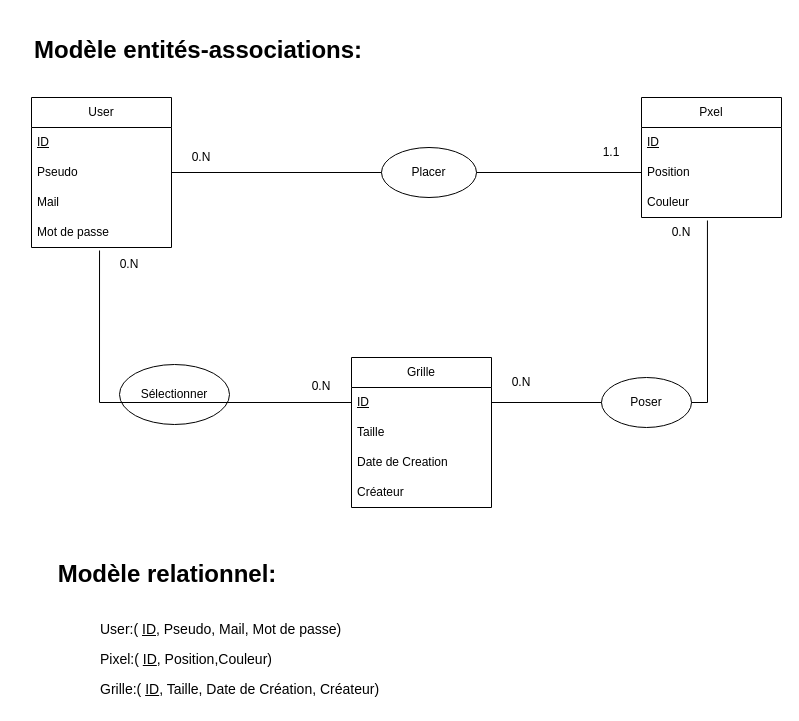
Earlier version of the draw.io diagram Model_Drawio/Modele-entite-asso.drawio (GoldenPants112/PixelWar). Source tidied: cells renumbered, new cells numbered last; positions are measured from the earlier drawing's top-left corner, leaving out a move shared by most shapes. Both pictures are drawn from the tidied source at 100%, with x=0, y=0 at pixel (17, 17).
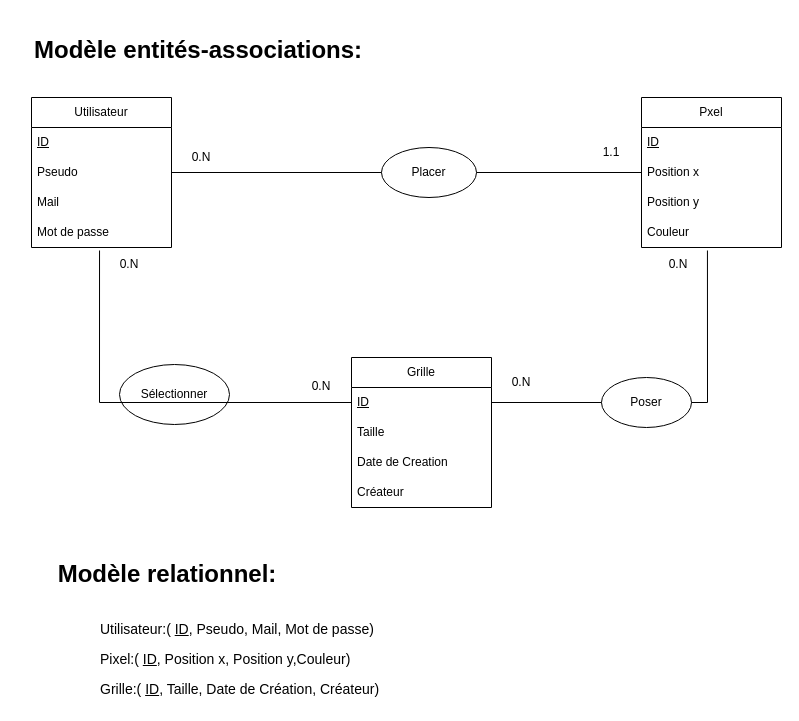
After the change.

Commit message (it also covers changes not shown here):
Correction des modèls

The change refers to these unchanged cells:
```xml
<mxCell id="18" value="Placer" style="ellipse;whiteSpace=wrap;html=1;rounded=1;align=center;verticalAlign=middle;spacingLeft=4;spacingRight=4;fontFamily=Helvetica;fontSize=12;fontColor=default;fillColor=none;gradientColor=none;" parent="1" vertex="1">
  <mxGeometry x="364" y="130" width="95" height="50" as="geometry" />
</mxCell>
```

What changed in the source:
```diff
@@
-    <mxCell id="2" value="User" style="swimlane;fontStyle=0;horizontal=1;startSize=30;whiteSpace=wrap;html=1;" parent="1" vertex="1">
+    <mxCell id="2" value="Utilisateur" style="swimlane;fontStyle=0;horizontal=1;startSize=30;whiteSpace=wrap;html=1;" parent="1" vertex="1">
       <mxGeometry x="14" y="80" width="140" height="150" as="geometry" />
     </mxCell>
@@
     <mxCell id="7" value="Pxel" style="swimlane;fontStyle=0;horizontal=1;startSize=30;whiteSpace=wrap;html=1;" parent="1" vertex="1">
-      <mxGeometry x="624" y="80" width="140" height="120" as="geometry" />
+      <mxGeometry x="624" y="80" width="140" height="150" as="geometry" />
     </mxCell>
@@
+    <mxCell id="35" value="Position x" style="rounded=0;whiteSpace=wrap;html=1;align=left;verticalAlign=middle;spacingLeft=4;spacingRight=4;fontFamily=Helvetica;fontSize=12;fontColor=default;fillColor=none;gradientColor=none;strokeColor=none;" parent="7" vertex="1">
+      <mxGeometry y="60" width="140" height="30" as="geometry" />
+    </mxCell>
-    <mxCell id="9" value="Position" style="text;strokeColor=none;fillColor=none;align=left;verticalAlign=middle;spacingLeft=4;spacingRight=4;overflow=hidden;points=[[0,0.5],[1,0.5]];portConstraint=eastwest;whiteSpace=wrap;html=1;" parent="7" vertex="1">
-      <mxGeometry y="60" width="140" height="30" as="geometry" />
+    <mxCell id="9" value="Position y" style="text;strokeColor=none;fillColor=none;align=left;verticalAlign=middle;spacingLeft=4;spacingRight=4;overflow=hidden;points=[[0,0.5],[1,0.5]];portConstraint=eastwest;whiteSpace=wrap;html=1;" parent="7" vertex="1">
+      <mxGeometry y="90" width="140" height="30" as="geometry" />
     </mxCell>
     <mxCell id="10" value="Couleur" style="text;strokeColor=none;fillColor=none;align=left;verticalAlign=middle;spacingLeft=4;spacingRight=4;overflow=hidden;points=[[0,0.5],[1,0.5]];portConstraint=eastwest;whiteSpace=wrap;html=1;" parent="7" vertex="1">
-      <mxGeometry y="90" width="140" height="30" as="geometry" />
+      <mxGeometry y="120" width="140" height="30" as="geometry" />
     </mxCell>
@@
-    <mxCell id="16" style="endArrow=none;html=1;rounded=0;fontFamily=Helvetica;fontSize=12;fontColor=default;exitX=1;exitY=0.5;exitDx=0;exitDy=0;entryX=0;entryY=0.5;entryDx=0;entryDy=0;" parent="1" edge="1" source="18" target="9">
+    <mxCell id="16" style="endArrow=none;html=1;rounded=0;fontFamily=Helvetica;fontSize=12;fontColor=default;exitX=1;exitY=0.5;exitDx=0;exitDy=0;entryX=0;entryY=0.5;entryDx=0;entryDy=0;" parent="1" edge="1" source="18" target="35">
       <mxGeometry relative="1" as="geometry" />
     </mxCell>
@@
     <mxCell id="24" value="0.N" style="text;html=1;align=center;verticalAlign=middle;whiteSpace=wrap;rounded=0;fontFamily=Helvetica;fontSize=12;fontColor=default;" parent="1" vertex="1">
-      <mxGeometry x="634" y="200" width="60" height="30" as="geometry" />
+      <mxGeometry x="631" y="232" width="60" height="30" as="geometry" />
     </mxCell>
@@
-    <mxCell id="32" value="&lt;font style=&quot;font-size: 14px;&quot;&gt;User:(&amp;nbsp;&lt;u&gt;ID&lt;/u&gt;,&amp;nbsp;&lt;span style=&quot;&quot;&gt;Pseudo&lt;/span&gt;, Mail, Mot de passe)&lt;/font&gt;" style="text;html=1;align=left;verticalAlign=middle;whiteSpace=wrap;rounded=0;fontFamily=Helvetica;fontSize=12;fontColor=default;" parent="1" vertex="1">
+    <mxCell id="32" value="&lt;font style=&quot;font-size: 14px;&quot;&gt;Utilisateur:(&amp;nbsp;&lt;u&gt;ID&lt;/u&gt;,&amp;nbsp;&lt;span style=&quot;&quot;&gt;Pseudo&lt;/span&gt;, Mail, Mot de passe)&lt;/font&gt;" style="text;html=1;align=left;verticalAlign=middle;whiteSpace=wrap;rounded=0;fontFamily=Helvetica;fontSize=12;fontColor=default;" parent="1" vertex="1">
       <mxGeometry x="81" y="597" width="349" height="30" as="geometry" />
     </mxCell>
-    <mxCell id="33" value="&lt;font style=&quot;font-size: 14px;&quot;&gt;Pixel:(&amp;nbsp;&lt;u&gt;ID&lt;/u&gt;, Position,Couleur)&lt;/font&gt;" style="text;html=1;align=left;verticalAlign=middle;whiteSpace=wrap;rounded=0;fontFamily=Helvetica;fontSize=12;fontColor=default;" parent="1" vertex="1">
+    <mxCell id="33" value="&lt;font style=&quot;font-size: 14px;&quot;&gt;Pixel:(&amp;nbsp;&lt;u&gt;ID&lt;/u&gt;, Position x, Position y,Couleur)&lt;/font&gt;" style="text;html=1;align=left;verticalAlign=middle;whiteSpace=wrap;rounded=0;fontFamily=Helvetica;fontSize=12;fontColor=default;" parent="1" vertex="1">
       <mxGeometry x="81" y="627" width="349" height="30" as="geometry" />
     </mxCell>
```
